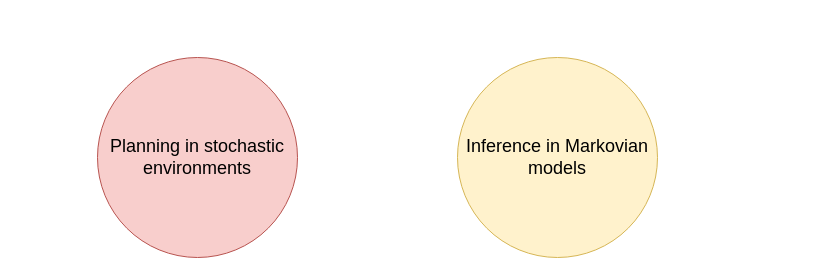
This is page "Page-2" (2 of 2) of figs/figs.drawio from noamsgl/toussaint-storkey-2006-beamer, a draw.io file, before an edit. Source tidied: cells renumbered, new cells numbered last; positions are measured from the earlier drawing's top-left corner, leaving out a move shared by most shapes. Both pictures are drawn from the tidied source at 100%, with x=0, y=0 at pixel (97, 57).
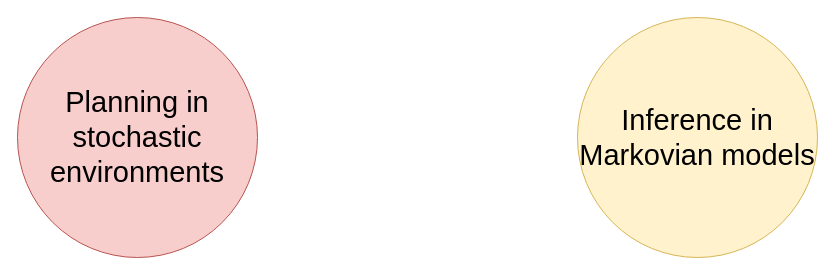
After the change.

Change to the diagram source:
```diff
@@
 <mxGraphModel>
   <root>
     <mxCell id="0" />
     <mxCell id="1" parent="0" />
-    <mxCell id="2" value="Planning in stochastic environments" style="ellipse;whiteSpace=wrap;html=1;fontSize=18;fillColor=#f8cecc;strokeColor=#b85450;" parent="1" vertex="1">
-      <mxGeometry width="200" height="200" as="geometry" />
+    <mxCell id="2" value="Planning in stochastic environments" style="ellipse;whiteSpace=wrap;html=1;fontSize=29;fillColor=#f8cecc;strokeColor=#b85450;" parent="1" vertex="1">
+      <mxGeometry x="-80" y="-40" width="240" height="240" as="geometry" />
     </mxCell>
-    <mxCell id="3" value="Inference in Markovian models" style="ellipse;whiteSpace=wrap;html=1;fontSize=18;fillColor=#fff2cc;strokeColor=#d6b656;" parent="1" vertex="1">
-      <mxGeometry x="360" width="200" height="200" as="geometry" />
+    <mxCell id="3" value="Inference in Markovian models" style="ellipse;whiteSpace=wrap;html=1;fontSize=29;fillColor=#fff2cc;strokeColor=#d6b656;" parent="1" vertex="1">
+      <mxGeometry x="480" y="-40" width="240" height="240" as="geometry" />
     </mxCell>
   </root>
 </mxGraphModel>
```
